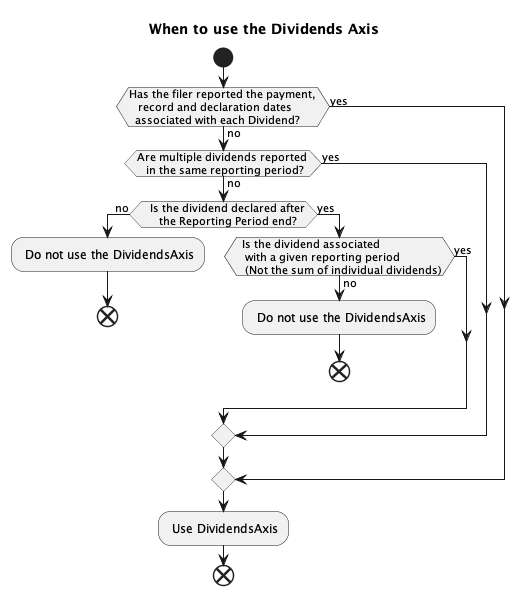
Above: guidance/out/rule-flowcharts/UseOfDividendsAxis/dividends_Per_Share.png in DataQualityCommittee/dqc_us_rules (PlantUML), before the change.
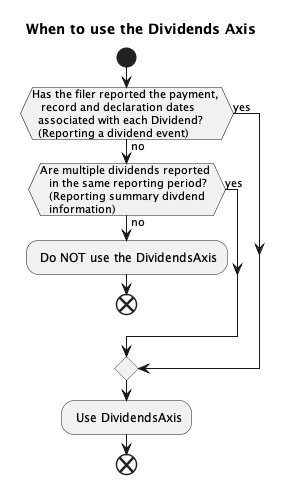
The same file after the commit.

What changed in the source:
```diff
@@ -6,42 +6,23 @@
 
  if (Has the filer reported the payment,
    record and declaration dates
-  associated with each Dividend?) then (no)
+  associated with each Dividend?
+  (Reporting a dividend event)) then (no)
 
    if (Are multiple dividends reported
-   in the same reporting period?) then (no)
-
-
-      if (   Is the dividend declared after
-      the Reporting Period end?) then (no)
-
-      : Do not use the DividendsAxis;
+   in the same reporting period?
+   (Reporting summary divdend
+   information)) then (no)
+      : Do NOT use the DividendsAxis;
       end
 
- else (yes)
-   if (  Is the dividend associated
-   with a given reporting period
-   (Not the sum of individual dividends)) then (no)
-   : Do not use the DividendsAxis;
-   end
+   else (yes)
 
-   else (yes)
    endif
-
+else (yes)
     endif
 
-
-
- else (yes)
-
-    endif
-
-
- else (yes)
-
-    endif
-
-                 : Use DividendsAxis;
+: Use DividendsAxis;
 
 
 
```
